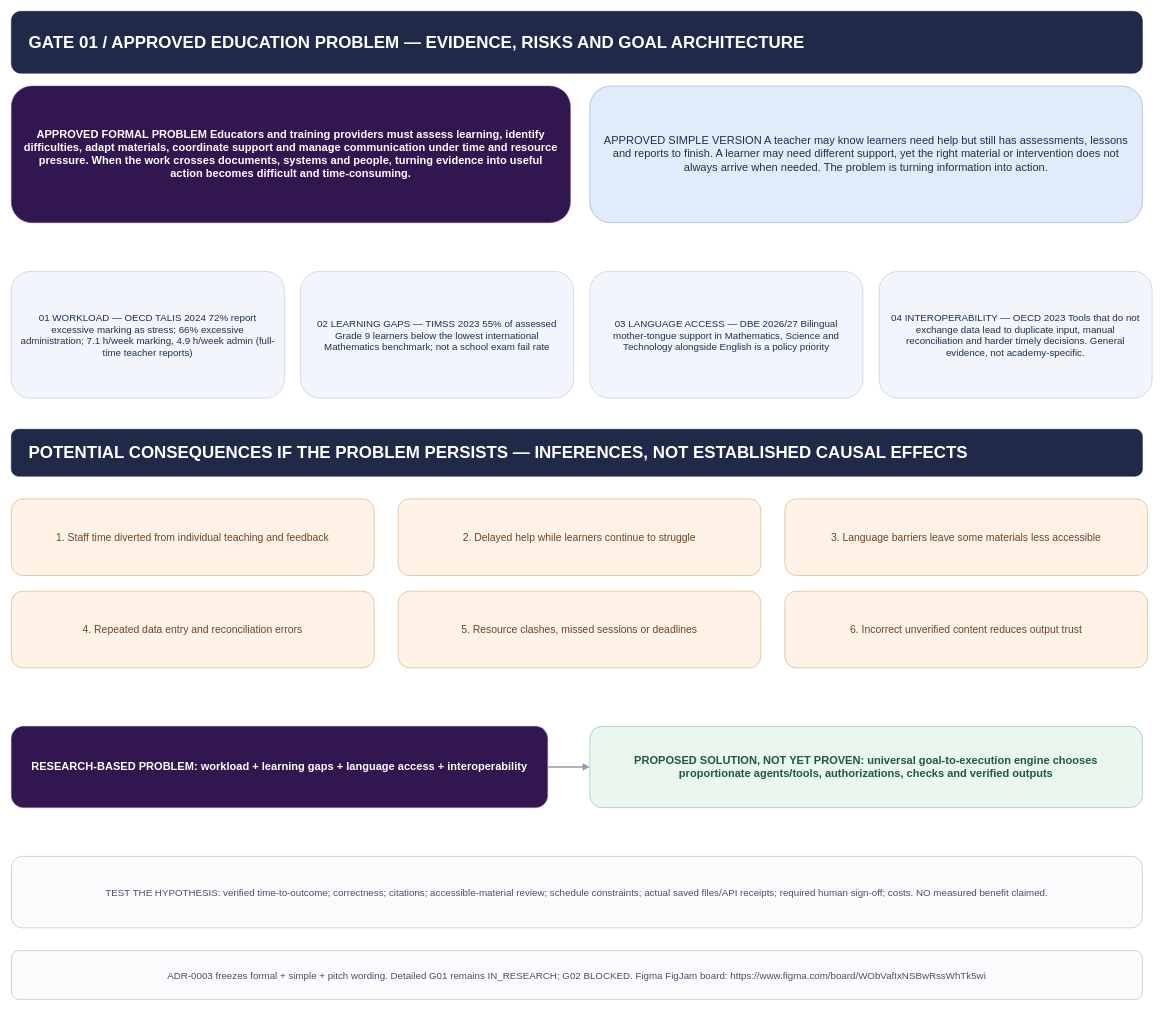
Above: page "05 - Approved Problem and Evidence" (7 of 8) of diagrams/TACE-Architecture.drawio in LethaboMH14/T.A.C.E (draw.io), before the change. Source tidied: cells renumbered, new cells numbered last; positions are measured from the earlier drawing's top-left corner, leaving out a move shared by most shapes. Both pictures are drawn from the tidied source at 65%, with x=0, y=0 at pixel (11, 11).
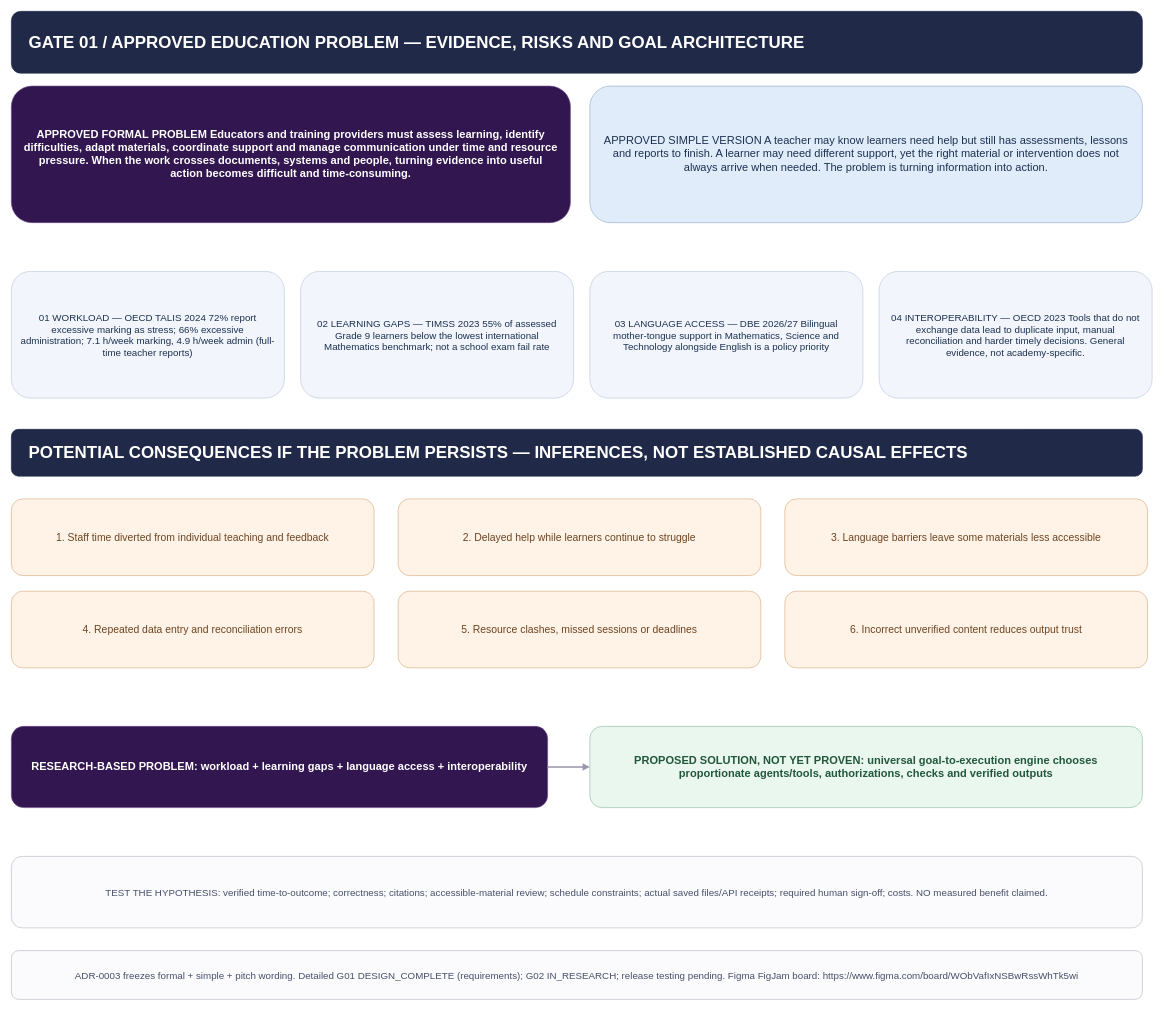
After the change.

The edit, as a diff of the source:
```diff
@@
-    <mxCell id="20" value="ADR-0003 freezes formal + simple + pitch wording. Detailed G01 remains IN_RESEARCH; G02 BLOCKED. Figma FigJam board: https://www.figma.com/board/WObVafIxNSBwRssWhTk5wi" style="rounded=1;whiteSpace=wrap;html=1;fillColor=#fbfafc;strokeColor=#beb8c8;fontColor=#465068;fontSize=15;spacing=15;verticalAlign=middle;" parent="1" vertex="1">
+    <mxCell id="20" value="ADR-0003 freezes formal + simple + pitch wording. Detailed G01 DESIGN_COMPLETE (requirements); G02 IN_RESEARCH; release testing pending. Figma FigJam board: https://www.figma.com/board/WObVafIxNSBwRssWhTk5wi" style="rounded=1;whiteSpace=wrap;html=1;fillColor=#fbfafc;strokeColor=#beb8c8;fontColor=#465068;fontSize=15;spacing=15;verticalAlign=middle;" parent="1" vertex="1">
       <mxGeometry y="1445" width="1740" height="75" as="geometry" />
     </mxCell>
```
